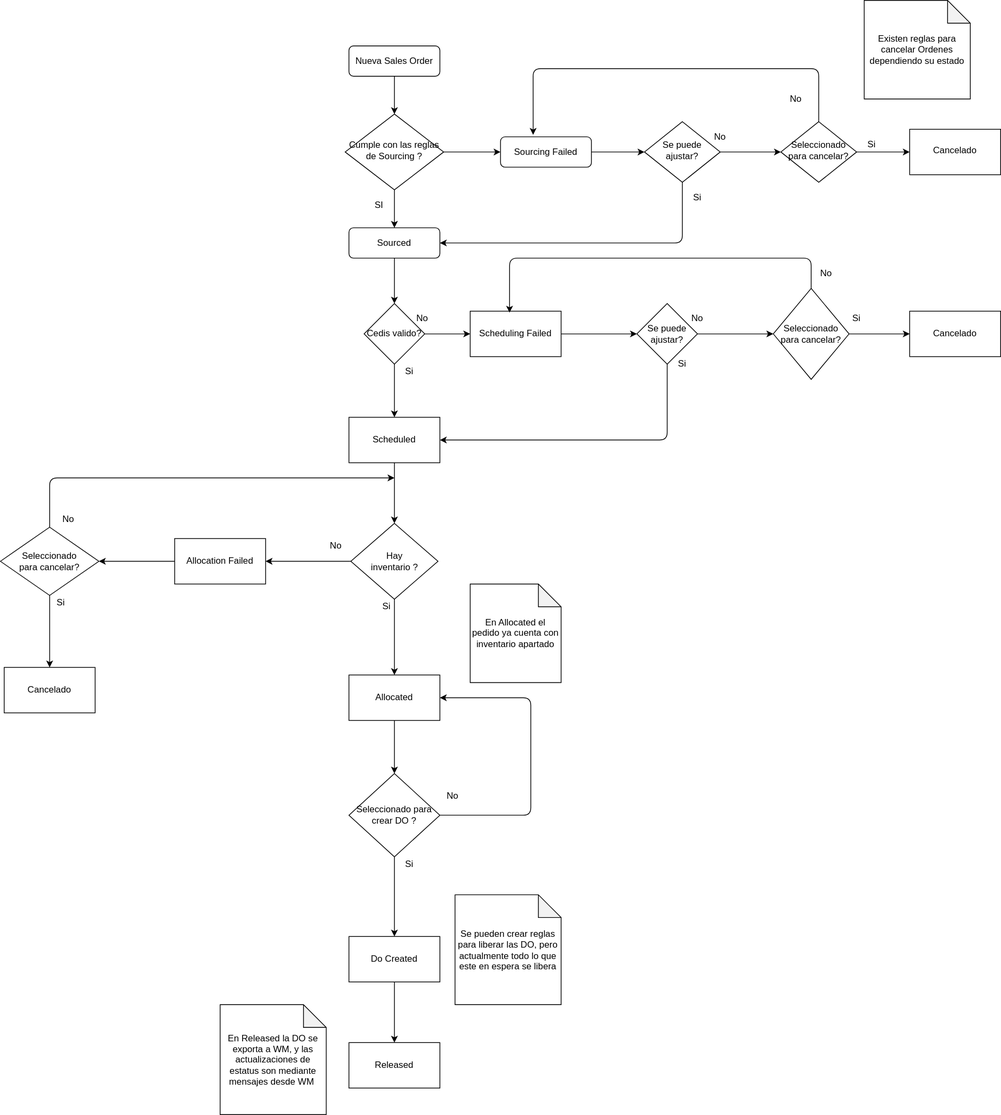
The draw.io diagram Pedidos.svg in erick12357/pruebaRest, before a commit. Source tidied: cells renumbered, new cells last; positions are measured from the earlier drawing's top-left corner, leaving out a move shared by most shapes.
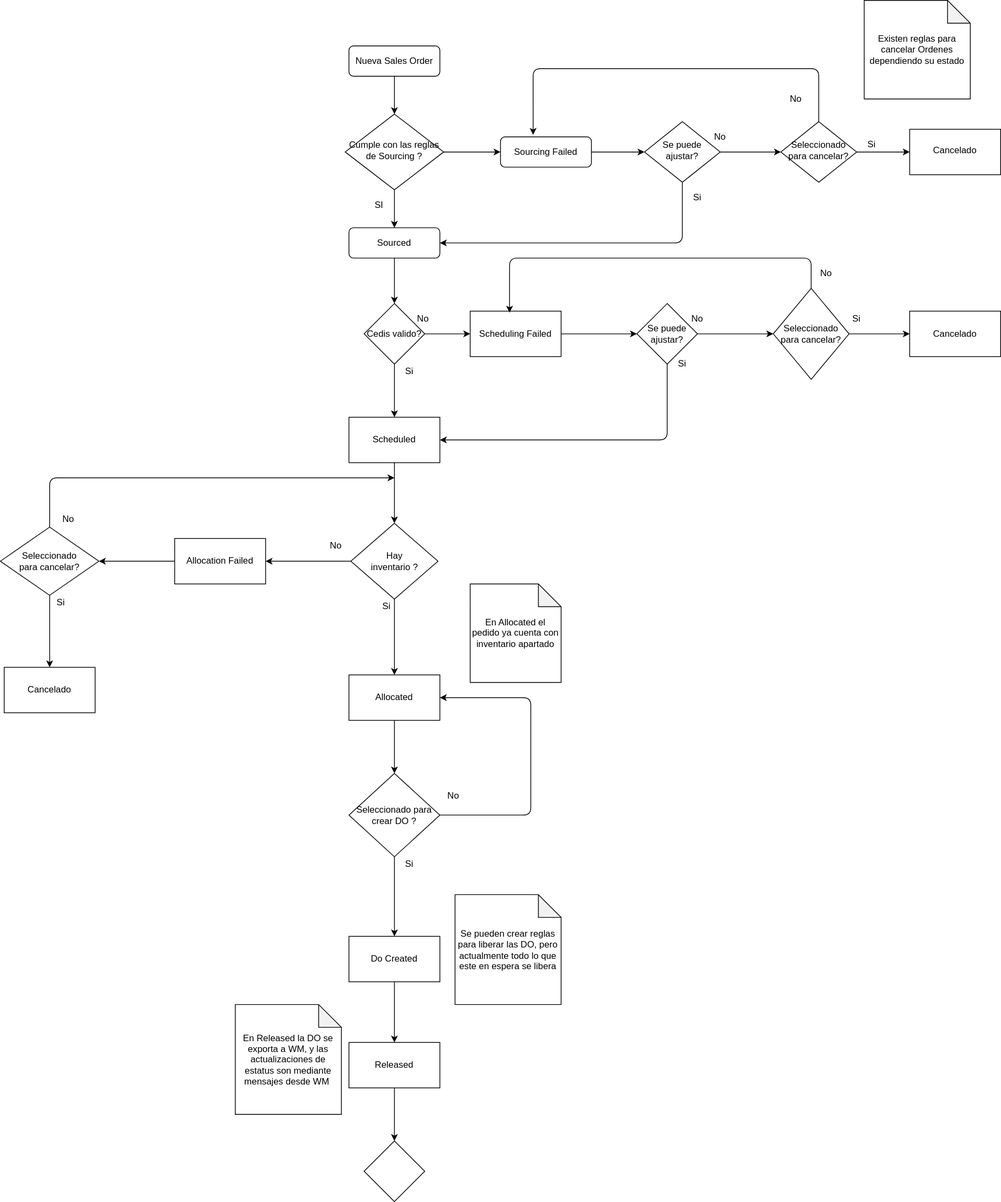
Above is the later version.

The edit, as a diff of the source:
```diff
@@ -228,6 +228,9 @@
     <mxCell id="66" value="Si" style="text;html=1;strokeColor=none;fillColor=none;align=center;verticalAlign=middle;whiteSpace=wrap;rounded=0;" parent="1" vertex="1">
       <mxGeometry x="520" y="1130" width="40" height="20" as="geometry" />
     </mxCell>
+    <mxCell id="70" style="edgeStyle=orthogonalEdgeStyle;rounded=0;jettySize=auto;html=1;" parent="1" edge="1" source="67" target="71">
+      <mxGeometry relative="1" as="geometry" />
+    </mxCell>
     <mxCell id="67" value="Released" style="whiteSpace=wrap;html=1;" parent="1" vertex="1">
       <mxGeometry x="460" y="1375" width="120" height="60" as="geometry" />
     </mxCell>
@@ -235,7 +238,10 @@
       <mxGeometry x="600" y="1180" width="140" height="145" as="geometry" />
     </mxCell>
     <mxCell id="69" value="En Released la DO se exporta a WM, y las actualizaciones de estatus son mediante mensajes desde WM&amp;nbsp;" style="shape=note;whiteSpace=wrap;html=1;backgroundOutline=1;darkOpacity=0.05;" parent="1" vertex="1">
-      <mxGeometry x="290" y="1325" width="140" height="145" as="geometry" />
+      <mxGeometry x="310" y="1325" width="140" height="145" as="geometry" />
     </mxCell>
+    <mxCell id="71" style="rhombus;whiteSpace=wrap;html=1;" parent="1" vertex="1">
+      <mxGeometry x="480" y="1505" width="80" height="80" as="geometry" />
+    </mxCell>
   </root>
 </mxGraphModel>
```
